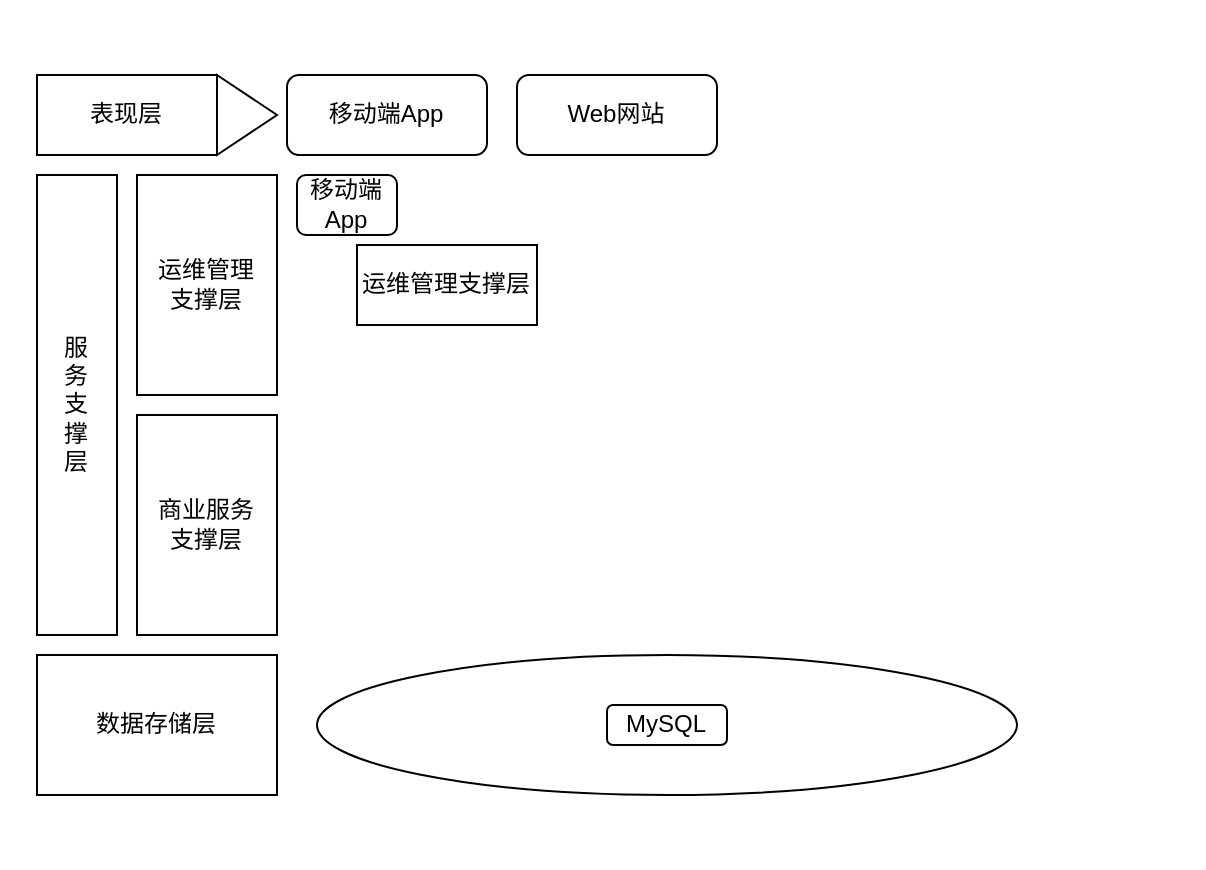
Above: TCL_Architecture.drawio in 1009351456/Anonymous (draw.io), before the change. Source tidied: cells renumbered, new cells numbered last; positions are measured from the earlier drawing's top-left corner, leaving out a move shared by most shapes. Both pictures are drawn from the tidied source at 200%, with x=0, y=0 at pixel (36, 74).
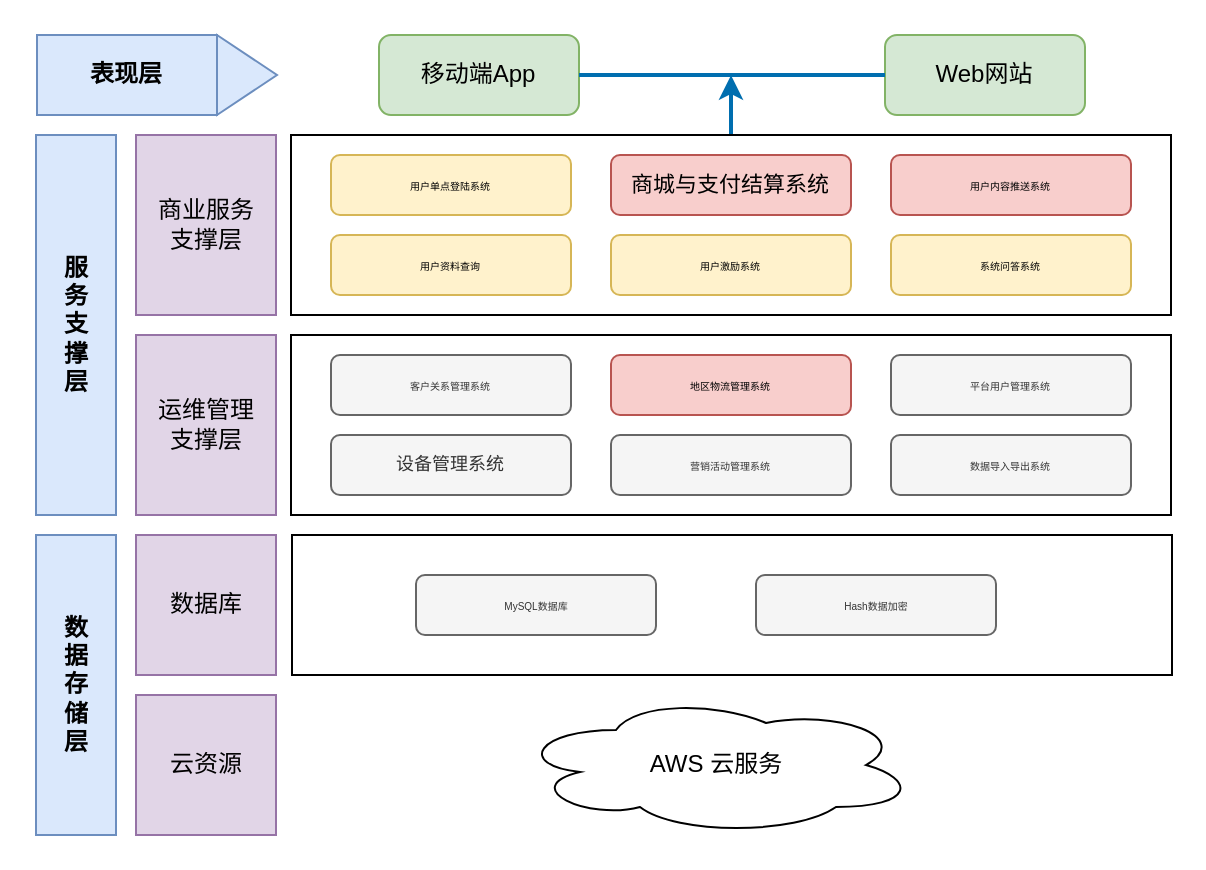
Above is the later version.

What changed in the source:
```diff
@@
+    <mxCell id="14" style="rounded=0;whiteSpace=wrap;html=1;fontSize=9;" parent="1" vertex="1">
+      <mxGeometry x="127.5" y="230" width="440" height="70" as="geometry" />
+    </mxCell>
+    <mxCell id="15" style="rounded=0;whiteSpace=wrap;html=1;fontSize=9;" parent="1" vertex="1">
+      <mxGeometry x="127" y="130" width="440" height="90" as="geometry" />
+    </mxCell>
+    <mxCell id="16" style="edgeStyle=orthogonalEdgeStyle;rounded=0;jettySize=auto;html=1;exitX=0.5;exitY=0;exitDx=0;exitDy=0;fontSize=9;fillColor=#1ba1e2;strokeColor=#006EAF;strokeWidth=2;" parent="1" edge="1" source="17">
+      <mxGeometry relative="1" as="geometry">
+        <mxPoint x="347" y="0.1" as="targetPoint" />
+      </mxGeometry>
+    </mxCell>
+    <mxCell id="17" style="rounded=0;whiteSpace=wrap;html=1;fontSize=9;" parent="1" vertex="1">
+      <mxGeometry x="127" y="30" width="440" height="90" as="geometry" />
+    </mxCell>
-    <mxCell id="2" value="表现层" style="rounded=0;whiteSpace=wrap;html=1;" parent="1" vertex="1">
-      <mxGeometry width="90" height="40" as="geometry" />
+    <mxCell id="2" value="表现层" style="rounded=0;whiteSpace=wrap;html=1;fillColor=#dae8fc;strokeColor=#6c8ebf;fontStyle=1;" parent="1" vertex="1">
+      <mxGeometry y="-20" width="90" height="40" as="geometry" />
     </mxCell>
-    <mxCell id="3" value="服&lt;br&gt;务&lt;br&gt;支&lt;br&gt;撑&lt;br&gt;层" style="rounded=0;whiteSpace=wrap;html=1;" parent="1" vertex="1">
-      <mxGeometry y="50" width="40" height="230" as="geometry" />
+    <mxCell id="3" value="服&lt;br&gt;务&lt;br&gt;支&lt;br&gt;撑&lt;br&gt;层" style="rounded=0;whiteSpace=wrap;html=1;fillColor=#dae8fc;strokeColor=#6c8ebf;fontStyle=1;" parent="1" vertex="1">
+      <mxGeometry x="-0.5" y="30" width="40" height="190" as="geometry" />
     </mxCell>
-    <mxCell id="4" value="运维管理支撑层" style="rounded=0;whiteSpace=wrap;html=1;" parent="1" vertex="1">
-      <mxGeometry x="160" y="85" width="90" height="40" as="geometry" />
-    </mxCell>
-    <mxCell id="5" value="数据存储层" style="rounded=0;whiteSpace=wrap;html=1;" parent="1" vertex="1">
-      <mxGeometry y="290" width="120" height="70" as="geometry" />
+    <mxCell id="5" value="数&lt;br&gt;据&lt;br&gt;存&lt;br&gt;储&lt;br&gt;层" style="rounded=0;whiteSpace=wrap;html=1;fillColor=#dae8fc;strokeColor=#6c8ebf;fontStyle=1;" parent="1" vertex="1">
+      <mxGeometry x="-0.5" y="230" width="40" height="150" as="geometry" />
     </mxCell>
-    <mxCell id="6" style="triangle;whiteSpace=wrap;html=1;" parent="1" vertex="1">
-      <mxGeometry x="90" width="30" height="40" as="geometry" />
+    <mxCell id="6" style="triangle;whiteSpace=wrap;html=1;fillColor=#dae8fc;strokeColor=#6c8ebf;fontStyle=1;" parent="1" vertex="1">
+      <mxGeometry x="90" y="-20" width="30" height="40" as="geometry" />
     </mxCell>
-    <mxCell id="7" value="移动端App" style="rounded=1;whiteSpace=wrap;html=1;" parent="1" vertex="1">
-      <mxGeometry x="125" width="100" height="40" as="geometry" />
+    <mxCell id="7" value="移动端App" style="rounded=1;whiteSpace=wrap;html=1;fillColor=#d5e8d4;strokeColor=#82b366;" parent="1" vertex="1">
+      <mxGeometry x="171" y="-20" width="100" height="40" as="geometry" />
     </mxCell>
-    <mxCell id="8" value="Web网站" style="rounded=1;whiteSpace=wrap;html=1;" parent="1" vertex="1">
-      <mxGeometry x="240" width="100" height="40" as="geometry" />
+    <mxCell id="8" value="Web网站" style="rounded=1;whiteSpace=wrap;html=1;fillColor=#d5e8d4;strokeColor=#82b366;" parent="1" vertex="1">
+      <mxGeometry x="424" y="-20" width="100" height="40" as="geometry" />
     </mxCell>
-    <mxCell id="9" value="运维管理&lt;br&gt;支撑层" style="rounded=0;whiteSpace=wrap;html=1;" parent="1" vertex="1">
-      <mxGeometry x="50" y="50" width="70" height="110" as="geometry" />
+    <mxCell id="9" value="&lt;span style=&quot;white-space: normal&quot;&gt;商业服务&lt;/span&gt;&lt;br style=&quot;white-space: normal&quot;&gt;&lt;span style=&quot;white-space: normal&quot;&gt;支撑层&lt;/span&gt;" style="rounded=0;whiteSpace=wrap;html=1;fillColor=#e1d5e7;strokeColor=#9673a6;" parent="1" vertex="1">
+      <mxGeometry x="49.5" y="30" width="70" height="90" as="geometry" />
     </mxCell>
-    <mxCell id="10" value="商业服务&lt;br&gt;支撑层" style="rounded=0;whiteSpace=wrap;html=1;" parent="1" vertex="1">
-      <mxGeometry x="50" y="170" width="70" height="110" as="geometry" />
+    <mxCell id="10" value="运维管理&lt;br&gt;支撑层" style="rounded=0;whiteSpace=wrap;html=1;fillColor=#e1d5e7;strokeColor=#9673a6;" parent="1" vertex="1">
+      <mxGeometry x="49.5" y="130" width="70" height="90" as="geometry" />
     </mxCell>
-    <mxCell id="11" value="移动端App" style="rounded=1;whiteSpace=wrap;html=1;" parent="1" vertex="1">
-      <mxGeometry x="130" y="50" width="50" height="30" as="geometry" />
+    <mxCell id="11" value="客户关系管理系统" style="rounded=1;whiteSpace=wrap;html=1;fillColor=#f5f5f5;strokeColor=#666666;fontColor=#333333;fontSize=5;" parent="1" vertex="1">
+      <mxGeometry x="147" y="140" width="120" height="30" as="geometry" />
     </mxCell>
-    <mxCell id="12" style="ellipse;whiteSpace=wrap;html=1;" parent="1" vertex="1">
-      <mxGeometry x="140" y="290" width="350" height="70" as="geometry" />
-    </mxCell>
-    <mxCell id="13" value="MySQL" style="rounded=1;whiteSpace=wrap;html=1;" parent="1" vertex="1">
-      <mxGeometry x="285" y="315" width="60" height="20" as="geometry" />
-    </mxCell>
+    <mxCell id="18" value="MySQL数据库" style="rounded=1;whiteSpace=wrap;html=1;fillColor=#f5f5f5;strokeColor=#666666;fontColor=#333333;fontSize=5;" parent="1" vertex="1">
+      <mxGeometry x="189.5" y="250" width="120" height="30" as="geometry" />
+    </mxCell>
+    <mxCell id="19" value="数据库" style="rounded=0;whiteSpace=wrap;html=1;fillColor=#e1d5e7;strokeColor=#9673a6;" parent="1" vertex="1">
+      <mxGeometry x="49.5" y="230" width="70" height="70" as="geometry" />
+    </mxCell>
+    <mxCell id="20" value="&lt;span style=&quot;white-space: normal&quot;&gt;AWS 云服务&lt;/span&gt;" style="ellipse;shape=cloud;whiteSpace=wrap;html=1;" parent="1" vertex="1">
+      <mxGeometry x="239.5" y="310" width="200" height="70" as="geometry" />
+    </mxCell>
+    <mxCell id="21" value="Hash数据加密" style="rounded=1;whiteSpace=wrap;html=1;fillColor=#f5f5f5;strokeColor=#666666;fontColor=#333333;fontSize=5;" parent="1" vertex="1">
+      <mxGeometry x="359.5" y="250" width="120" height="30" as="geometry" />
+    </mxCell>
+    <mxCell id="22" value="营销活动管理系统" style="rounded=1;whiteSpace=wrap;html=1;fillColor=#f5f5f5;strokeColor=#666666;fontColor=#333333;fontSize=5;" parent="1" vertex="1">
+      <mxGeometry x="287" y="180" width="120" height="30" as="geometry" />
+    </mxCell>
+    <mxCell id="23" value="设备管理系统" style="rounded=1;whiteSpace=wrap;html=1;fillColor=#f5f5f5;strokeColor=#666666;fontColor=#333333;fontSize=9;" parent="1" vertex="1">
+      <mxGeometry x="147" y="180" width="120" height="30" as="geometry" />
+    </mxCell>
+    <mxCell id="24" value="数据导入导出系统" style="rounded=1;whiteSpace=wrap;html=1;fillColor=#f5f5f5;strokeColor=#666666;fontColor=#333333;fontSize=5;" parent="1" vertex="1">
+      <mxGeometry x="427" y="180" width="120" height="30" as="geometry" />
+    </mxCell>
+    <mxCell id="25" value="平台用户管理系统" style="rounded=1;whiteSpace=wrap;html=1;fillColor=#f5f5f5;strokeColor=#666666;fontColor=#333333;fontSize=5;" parent="1" vertex="1">
+      <mxGeometry x="427" y="140" width="120" height="30" as="geometry" />
+    </mxCell>
+    <mxCell id="26" value="地区物流管理系统" style="rounded=1;whiteSpace=wrap;html=1;fillColor=#f8cecc;strokeColor=#b85450;fontSize=5;" parent="1" vertex="1">
+      <mxGeometry x="287" y="140" width="120" height="30" as="geometry" />
+    </mxCell>
+    <mxCell id="27" value="用户单点登陆系统" style="rounded=1;whiteSpace=wrap;html=1;fillColor=#fff2cc;strokeColor=#d6b656;fontSize=5;" parent="1" vertex="1">
+      <mxGeometry x="147" y="40" width="120" height="30" as="geometry" />
+    </mxCell>
+    <mxCell id="28" value="&lt;font style=&quot;font-size: 11px&quot;&gt;商城与支付结算系统&lt;/font&gt;" style="rounded=1;whiteSpace=wrap;html=1;fillColor=#f8cecc;strokeColor=#b85450;fontSize=5;" parent="1" vertex="1">
+      <mxGeometry x="287" y="40" width="120" height="30" as="geometry" />
+    </mxCell>
+    <mxCell id="29" value="用户资料查询" style="rounded=1;whiteSpace=wrap;html=1;fillColor=#fff2cc;strokeColor=#d6b656;fontSize=5;" parent="1" vertex="1">
+      <mxGeometry x="147" y="80" width="120" height="30" as="geometry" />
+    </mxCell>
+    <mxCell id="30" value="用户激励系统" style="rounded=1;whiteSpace=wrap;html=1;fillColor=#fff2cc;strokeColor=#d6b656;fontSize=5;" parent="1" vertex="1">
+      <mxGeometry x="287" y="80" width="120" height="30" as="geometry" />
+    </mxCell>
+    <mxCell id="31" value="用户内容推送系统" style="rounded=1;whiteSpace=wrap;html=1;fillColor=#f8cecc;strokeColor=#b85450;fontSize=5;" parent="1" vertex="1">
+      <mxGeometry x="427" y="40" width="120" height="30" as="geometry" />
+    </mxCell>
+    <mxCell id="32" value="系统问答系统" style="rounded=1;whiteSpace=wrap;html=1;fillColor=#fff2cc;strokeColor=#d6b656;fontSize=5;" parent="1" vertex="1">
+      <mxGeometry x="427" y="80" width="120" height="30" as="geometry" />
+    </mxCell>
+    <mxCell id="33" value="云资源" style="rounded=0;whiteSpace=wrap;html=1;fillColor=#e1d5e7;strokeColor=#9673a6;" parent="1" vertex="1">
+      <mxGeometry x="49.5" y="310" width="70" height="70" as="geometry" />
+    </mxCell>
+    <mxCell id="34" style="endArrow=none;html=1;fontSize=9;entryX=0;entryY=0.5;entryDx=0;entryDy=0;exitX=1;exitY=0.5;exitDx=0;exitDy=0;fillColor=#1ba1e2;strokeColor=#006EAF;strokeWidth=2;" parent="1" edge="1" source="7" target="8">
+      <mxGeometry relative="1" as="geometry">
+        <Array as="points">
+          <mxPoint x="424" />
+        </Array>
+      </mxGeometry>
+    </mxCell>
```
